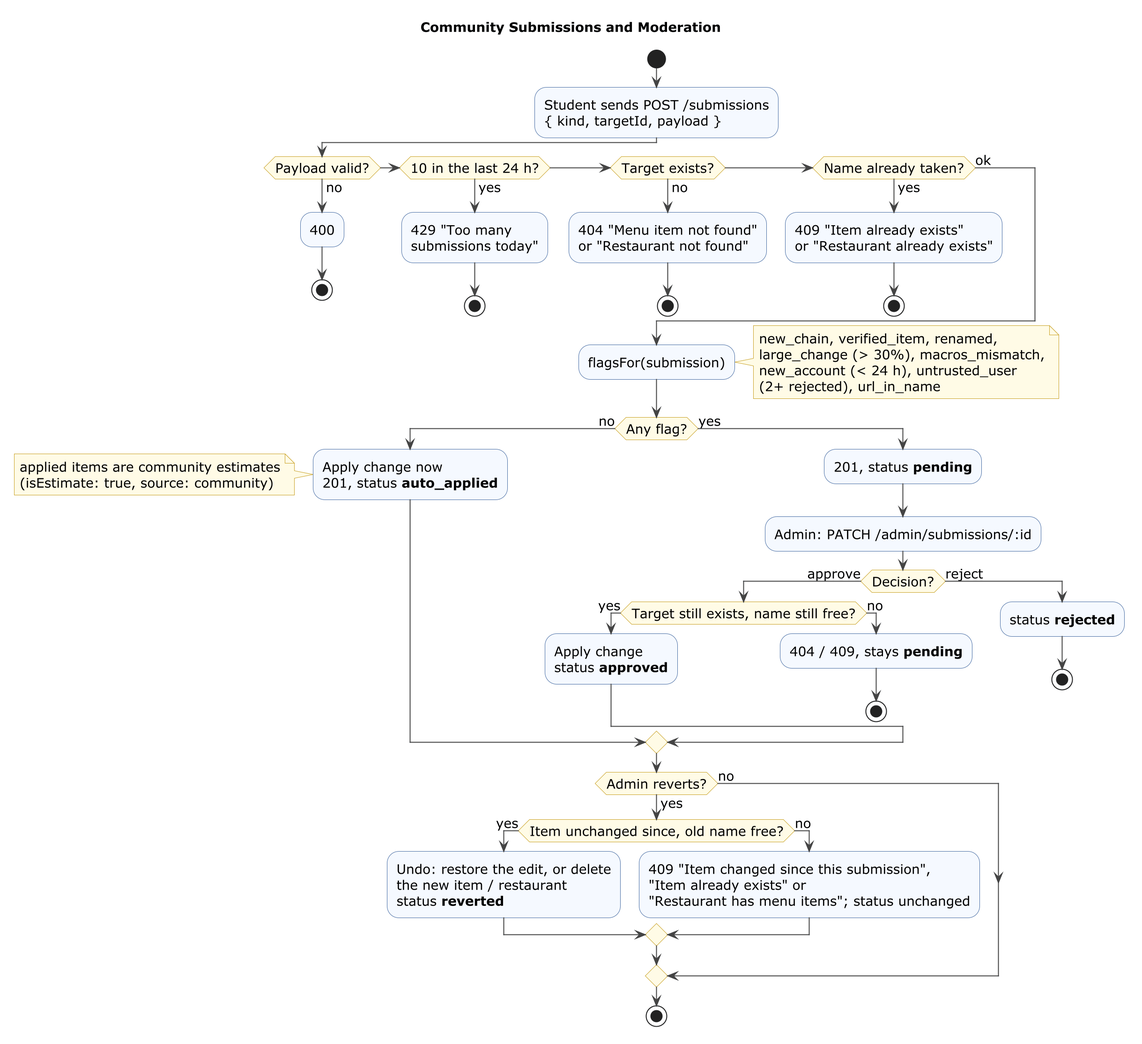
This is docs/diagrams/activity-moderation.png from polter-dev/POOSD_large_proj, a PlantUML export, as it was before one commit.
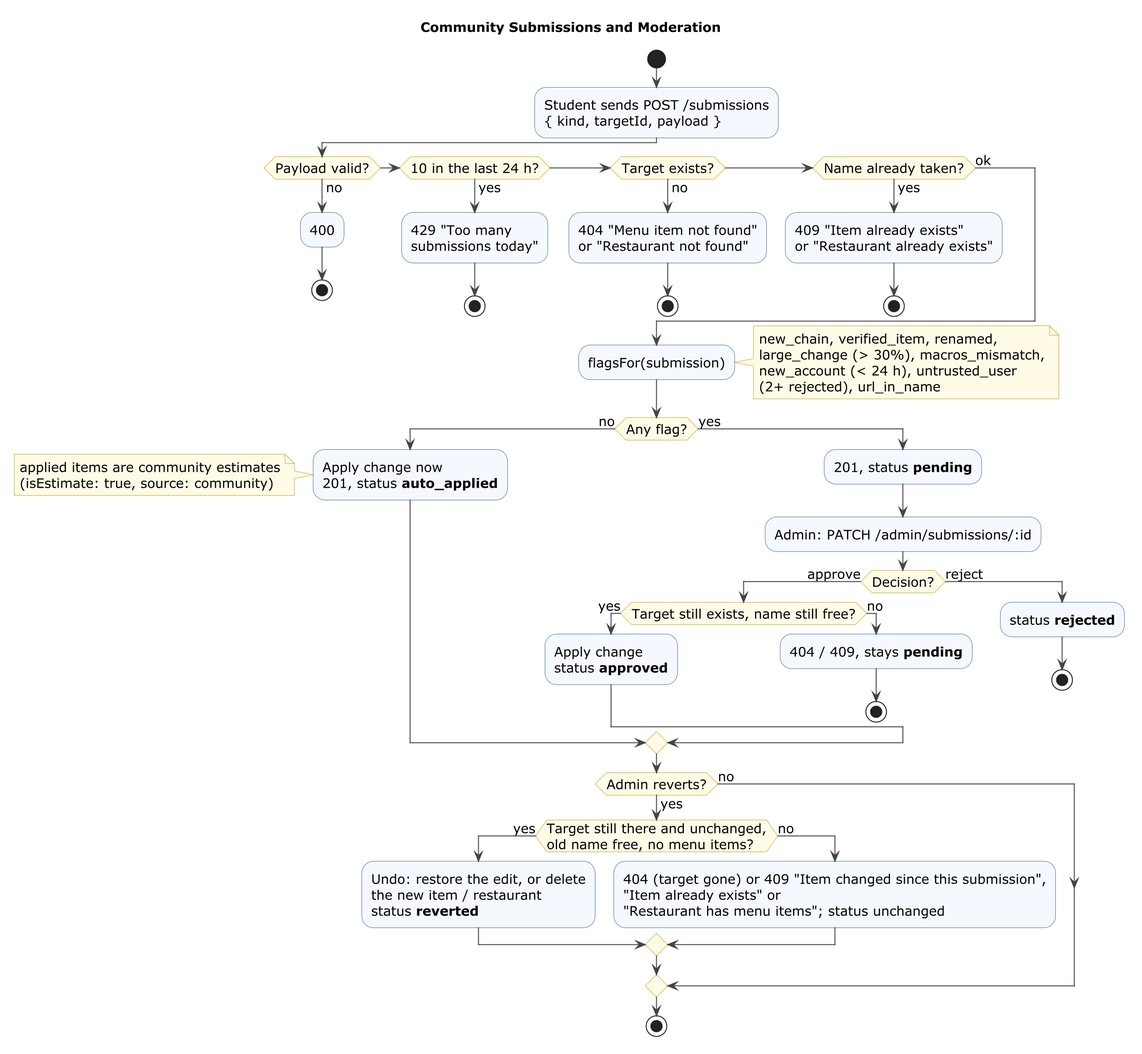
After the commit.

Commit message:
UML M6: revert 404 guard, photo 400/413 order and 502 causes, README checklist (#138 review)

Change to the diagram source:
```diff
@@ -56,10 +56,10 @@
   endif
 endif
 if (Admin reverts?) then (yes)
-  if (Item unchanged since, old name free?) then (yes)
+  if (Target still there and unchanged,\nold name free, no menu items?) then (yes)
     :Undo: restore the edit, or delete\nthe new item / restaurant\nstatus **reverted**;
   else (no)
-    :409 "Item changed since this submission",\n"Item already exists" or\n"Restaurant has menu items"; status unchanged;
+    :404 (target gone) or 409 "Item changed since this submission",\n"Item already exists" or\n"Restaurant has menu items"; status unchanged;
   endif
 else (no)
 endif
```
